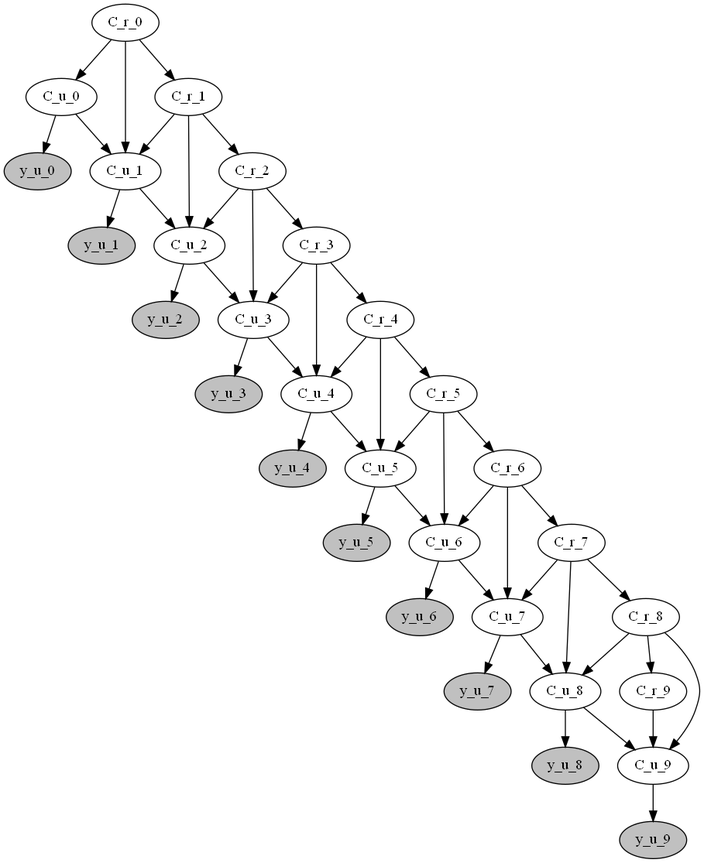
Above: fig/graph.png in Lagergren-Lab/victree (Graphviz), before the change. Its source is kept beside it as fig/graph.gv.
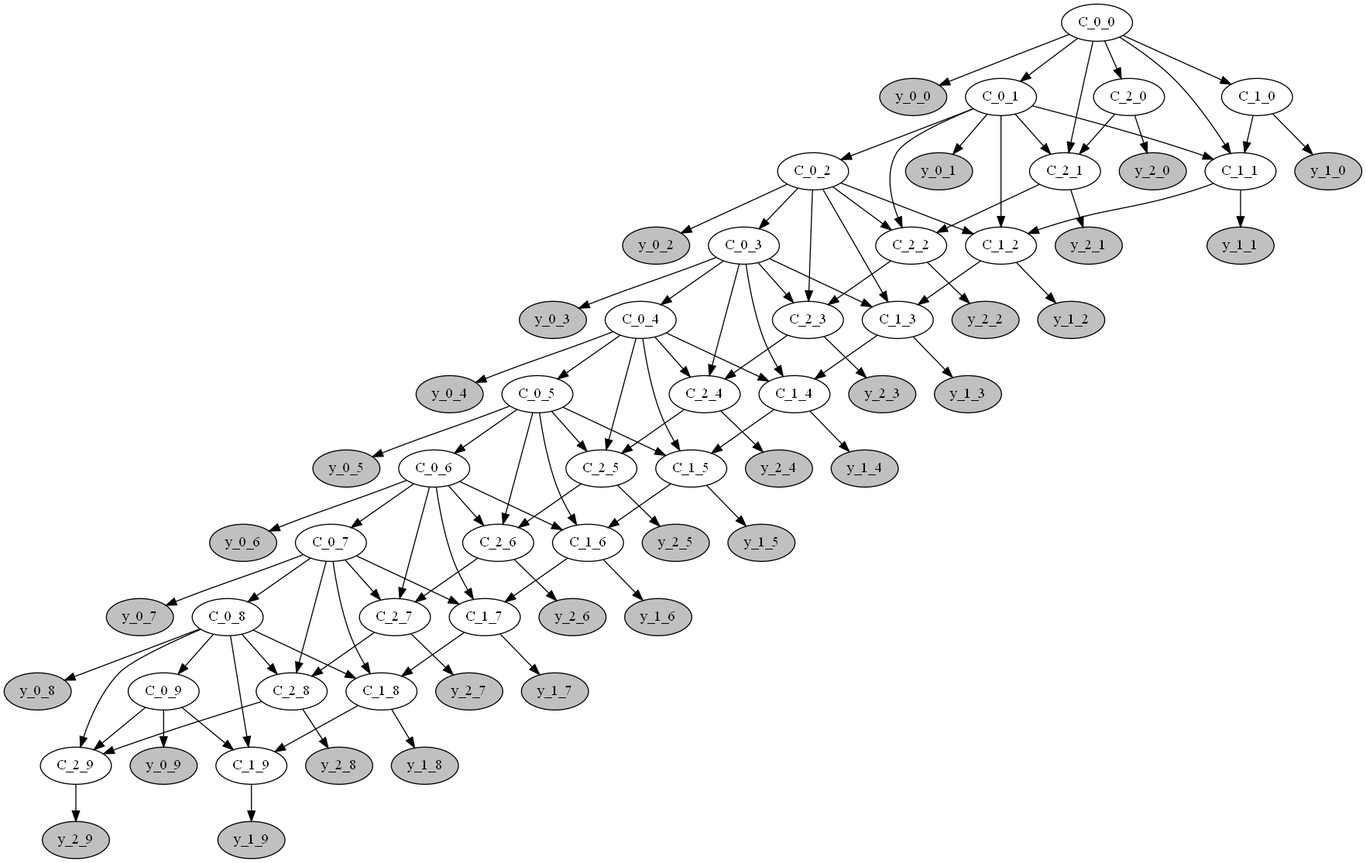
Above is the later version.

The edit, as a diff of the source:
```diff
@@ -1,79 +1,157 @@
 digraph {
-	C_r_0 [label=C_r_0 fillcolor=white shape=ellipse style=filled]
-	C_u_0 [label=C_u_0 fillcolor=white shape=ellipse style=filled]
-	y_u_0 [label=y_u_0 fillcolor=grey shape=ellipse style=filled]
-	C_r_1 [label=C_r_1 fillcolor=white shape=ellipse style=filled]
-	C_u_1 [label=C_u_1 fillcolor=white shape=ellipse style=filled]
-	y_u_1 [label=y_u_1 fillcolor=grey shape=ellipse style=filled]
-	C_r_2 [label=C_r_2 fillcolor=white shape=ellipse style=filled]
-	C_u_2 [label=C_u_2 fillcolor=white shape=ellipse style=filled]
-	y_u_2 [label=y_u_2 fillcolor=grey shape=ellipse style=filled]
-	C_r_3 [label=C_r_3 fillcolor=white shape=ellipse style=filled]
-	C_u_3 [label=C_u_3 fillcolor=white shape=ellipse style=filled]
-	y_u_3 [label=y_u_3 fillcolor=grey shape=ellipse style=filled]
-	C_r_4 [label=C_r_4 fillcolor=white shape=ellipse style=filled]
-	C_u_4 [label=C_u_4 fillcolor=white shape=ellipse style=filled]
-	y_u_4 [label=y_u_4 fillcolor=grey shape=ellipse style=filled]
-	C_r_5 [label=C_r_5 fillcolor=white shape=ellipse style=filled]
-	C_u_5 [label=C_u_5 fillcolor=white shape=ellipse style=filled]
-	y_u_5 [label=y_u_5 fillcolor=grey shape=ellipse style=filled]
-	C_r_6 [label=C_r_6 fillcolor=white shape=ellipse style=filled]
-	C_u_6 [label=C_u_6 fillcolor=white shape=ellipse style=filled]
-	y_u_6 [label=y_u_6 fillcolor=grey shape=ellipse style=filled]
-	C_r_7 [label=C_r_7 fillcolor=white shape=ellipse style=filled]
-	C_u_7 [label=C_u_7 fillcolor=white shape=ellipse style=filled]
-	y_u_7 [label=y_u_7 fillcolor=grey shape=ellipse style=filled]
-	C_r_8 [label=C_r_8 fillcolor=white shape=ellipse style=filled]
-	C_u_8 [label=C_u_8 fillcolor=white shape=ellipse style=filled]
-	y_u_8 [label=y_u_8 fillcolor=grey shape=ellipse style=filled]
-	C_r_9 [label=C_r_9 fillcolor=white shape=ellipse style=filled]
-	C_u_9 [label=C_u_9 fillcolor=white shape=ellipse style=filled]
-	y_u_9 [label=y_u_9 fillcolor=grey shape=ellipse style=filled]
-	C_r_0 -> C_u_0
-	C_u_0 -> y_u_0
-	C_r_0 -> C_r_1
-	C_u_0 -> C_u_1
-	C_r_0 -> C_u_1
-	C_r_1 -> C_u_1
-	C_u_1 -> y_u_1
-	C_r_1 -> C_r_2
-	C_r_2 -> C_u_2
-	C_u_1 -> C_u_2
-	C_r_1 -> C_u_2
-	C_u_2 -> y_u_2
-	C_r_2 -> C_r_3
-	C_u_2 -> C_u_3
-	C_r_3 -> C_u_3
-	C_r_2 -> C_u_3
-	C_u_3 -> y_u_3
-	C_r_3 -> C_r_4
-	C_r_4 -> C_u_4
-	C_u_3 -> C_u_4
-	C_r_3 -> C_u_4
-	C_u_4 -> y_u_4
-	C_r_4 -> C_r_5
-	C_r_4 -> C_u_5
-	C_u_4 -> C_u_5
-	C_r_5 -> C_u_5
-	C_u_5 -> y_u_5
-	C_r_5 -> C_r_6
-	C_r_6 -> C_u_6
-	C_u_5 -> C_u_6
-	C_r_5 -> C_u_6
-	C_u_6 -> y_u_6
-	C_r_6 -> C_r_7
-	C_r_6 -> C_u_7
-	C_r_7 -> C_u_7
-	C_u_6 -> C_u_7
-	C_u_7 -> y_u_7
-	C_r_7 -> C_r_8
-	C_u_7 -> C_u_8
-	C_r_7 -> C_u_8
-	C_r_8 -> C_u_8
-	C_u_8 -> y_u_8
-	C_r_8 -> C_r_9
-	C_u_8 -> C_u_9
-	C_r_8 -> C_u_9
-	C_r_9 -> C_u_9
-	C_u_9 -> y_u_9
+	C_0_0 [label=C_0_0 fillcolor=white shape=ellipse style=filled]
+	y_0_0 [label=y_0_0 fillcolor=grey shape=ellipse style=filled]
+	C_0_1 [label=C_0_1 fillcolor=white shape=ellipse style=filled]
+	y_0_1 [label=y_0_1 fillcolor=grey shape=ellipse style=filled]
+	C_0_2 [label=C_0_2 fillcolor=white shape=ellipse style=filled]
+	y_0_2 [label=y_0_2 fillcolor=grey shape=ellipse style=filled]
+	C_0_3 [label=C_0_3 fillcolor=white shape=ellipse style=filled]
+	y_0_3 [label=y_0_3 fillcolor=grey shape=ellipse style=filled]
+	C_0_4 [label=C_0_4 fillcolor=white shape=ellipse style=filled]
+	y_0_4 [label=y_0_4 fillcolor=grey shape=ellipse style=filled]
+	C_0_5 [label=C_0_5 fillcolor=white shape=ellipse style=filled]
+	y_0_5 [label=y_0_5 fillcolor=grey shape=ellipse style=filled]
+	C_0_6 [label=C_0_6 fillcolor=white shape=ellipse style=filled]
+	y_0_6 [label=y_0_6 fillcolor=grey shape=ellipse style=filled]
+	C_0_7 [label=C_0_7 fillcolor=white shape=ellipse style=filled]
+	y_0_7 [label=y_0_7 fillcolor=grey shape=ellipse style=filled]
+	C_0_8 [label=C_0_8 fillcolor=white shape=ellipse style=filled]
+	y_0_8 [label=y_0_8 fillcolor=grey shape=ellipse style=filled]
+	C_0_9 [label=C_0_9 fillcolor=white shape=ellipse style=filled]
+	y_0_9 [label=y_0_9 fillcolor=grey shape=ellipse style=filled]
+	C_1_0 [label=C_1_0 fillcolor=white shape=ellipse style=filled]
+	y_1_0 [label=y_1_0 fillcolor=grey shape=ellipse style=filled]
+	C_1_1 [label=C_1_1 fillcolor=white shape=ellipse style=filled]
+	y_1_1 [label=y_1_1 fillcolor=grey shape=ellipse style=filled]
+	C_1_2 [label=C_1_2 fillcolor=white shape=ellipse style=filled]
+	y_1_2 [label=y_1_2 fillcolor=grey shape=ellipse style=filled]
+	C_1_3 [label=C_1_3 fillcolor=white shape=ellipse style=filled]
+	y_1_3 [label=y_1_3 fillcolor=grey shape=ellipse style=filled]
+	C_1_4 [label=C_1_4 fillcolor=white shape=ellipse style=filled]
+	y_1_4 [label=y_1_4 fillcolor=grey shape=ellipse style=filled]
+	C_1_5 [label=C_1_5 fillcolor=white shape=ellipse style=filled]
+	y_1_5 [label=y_1_5 fillcolor=grey shape=ellipse style=filled]
+	C_1_6 [label=C_1_6 fillcolor=white shape=ellipse style=filled]
+	y_1_6 [label=y_1_6 fillcolor=grey shape=ellipse style=filled]
+	C_1_7 [label=C_1_7 fillcolor=white shape=ellipse style=filled]
+	y_1_7 [label=y_1_7 fillcolor=grey shape=ellipse style=filled]
+	C_1_8 [label=C_1_8 fillcolor=white shape=ellipse style=filled]
+	y_1_8 [label=y_1_8 fillcolor=grey shape=ellipse style=filled]
+	C_1_9 [label=C_1_9 fillcolor=white shape=ellipse style=filled]
+	y_1_9 [label=y_1_9 fillcolor=grey shape=ellipse style=filled]
+	C_2_0 [label=C_2_0 fillcolor=white shape=ellipse style=filled]
+	y_2_0 [label=y_2_0 fillcolor=grey shape=ellipse style=filled]
+	C_2_1 [label=C_2_1 fillcolor=white shape=ellipse style=filled]
+	y_2_1 [label=y_2_1 fillcolor=grey shape=ellipse style=filled]
+	C_2_2 [label=C_2_2 fillcolor=white shape=ellipse style=filled]
+	y_2_2 [label=y_2_2 fillcolor=grey shape=ellipse style=filled]
+	C_2_3 [label=C_2_3 fillcolor=white shape=ellipse style=filled]
+	y_2_3 [label=y_2_3 fillcolor=grey shape=ellipse style=filled]
+	C_2_4 [label=C_2_4 fillcolor=white shape=ellipse style=filled]
+	y_2_4 [label=y_2_4 fillcolor=grey shape=ellipse style=filled]
+	C_2_5 [label=C_2_5 fillcolor=white shape=ellipse style=filled]
+	y_2_5 [label=y_2_5 fillcolor=grey shape=ellipse style=filled]
+	C_2_6 [label=C_2_6 fillcolor=white shape=ellipse style=filled]
+	y_2_6 [label=y_2_6 fillcolor=grey shape=ellipse style=filled]
+	C_2_7 [label=C_2_7 fillcolor=white shape=ellipse style=filled]
+	y_2_7 [label=y_2_7 fillcolor=grey shape=ellipse style=filled]
+	C_2_8 [label=C_2_8 fillcolor=white shape=ellipse style=filled]
+	y_2_8 [label=y_2_8 fillcolor=grey shape=ellipse style=filled]
+	C_2_9 [label=C_2_9 fillcolor=white shape=ellipse style=filled]
+	y_2_9 [label=y_2_9 fillcolor=grey shape=ellipse style=filled]
+	C_0_0 -> y_0_0
+	C_0_0 -> C_0_1
+	C_0_1 -> y_0_1
+	C_0_1 -> C_0_2
+	C_0_2 -> y_0_2
+	C_0_2 -> C_0_3
+	C_0_3 -> y_0_3
+	C_0_3 -> C_0_4
+	C_0_4 -> y_0_4
+	C_0_4 -> C_0_5
+	C_0_5 -> y_0_5
+	C_0_5 -> C_0_6
+	C_0_6 -> y_0_6
+	C_0_6 -> C_0_7
+	C_0_7 -> y_0_7
+	C_0_7 -> C_0_8
+	C_0_8 -> y_0_8
+	C_0_8 -> C_0_9
+	C_0_9 -> y_0_9
+	C_0_0 -> C_1_0
+	C_1_0 -> y_1_0
+	C_0_1 -> C_1_1
+	C_1_0 -> C_1_1
+	C_0_0 -> C_1_1
+	C_1_1 -> y_1_1
+	C_0_1 -> C_1_2
+	C_0_2 -> C_1_2
+	C_1_1 -> C_1_2
+	C_1_2 -> y_1_2
+	C_0_2 -> C_1_3
+	C_0_3 -> C_1_3
+	C_1_2 -> C_1_3
+	C_1_3 -> y_1_3
+	C_0_3 -> C_1_4
+	C_1_3 -> C_1_4
+	C_0_4 -> C_1_4
+	C_1_4 -> y_1_4
+	C_0_5 -> C_1_5
+	C_1_4 -> C_1_5
+	C_0_4 -> C_1_5
+	C_1_5 -> y_1_5
+	C_0_5 -> C_1_6
+	C_1_5 -> C_1_6
+	C_0_6 -> C_1_6
+	C_1_6 -> y_1_6
+	C_0_7 -> C_1_7
+	C_1_6 -> C_1_7
+	C_0_6 -> C_1_7
+	C_1_7 -> y_1_7
+	C_0_8 -> C_1_8
+	C_1_7 -> C_1_8
+	C_0_7 -> C_1_8
+	C_1_8 -> y_1_8
+	C_0_9 -> C_1_9
+	C_1_8 -> C_1_9
+	C_0_8 -> C_1_9
+	C_1_9 -> y_1_9
+	C_0_0 -> C_2_0
+	C_2_0 -> y_2_0
+	C_2_0 -> C_2_1
+	C_0_1 -> C_2_1
+	C_0_0 -> C_2_1
+	C_2_1 -> y_2_1
+	C_0_1 -> C_2_2
+	C_2_1 -> C_2_2
+	C_0_2 -> C_2_2
+	C_2_2 -> y_2_2
+	C_0_2 -> C_2_3
+	C_0_3 -> C_2_3
+	C_2_2 -> C_2_3
+	C_2_3 -> y_2_3
+	C_0_3 -> C_2_4
+	C_2_3 -> C_2_4
+	C_0_4 -> C_2_4
+	C_2_4 -> y_2_4
+	C_0_5 -> C_2_5
+	C_0_4 -> C_2_5
+	C_2_4 -> C_2_5
+	C_2_5 -> y_2_5
+	C_0_5 -> C_2_6
+	C_2_5 -> C_2_6
+	C_0_6 -> C_2_6
+	C_2_6 -> y_2_6
+	C_0_7 -> C_2_7
+	C_2_6 -> C_2_7
+	C_0_6 -> C_2_7
+	C_2_7 -> y_2_7
+	C_2_7 -> C_2_8
+	C_0_8 -> C_2_8
+	C_0_7 -> C_2_8
+	C_2_8 -> y_2_8
+	C_0_9 -> C_2_9
+	C_0_8 -> C_2_9
+	C_2_8 -> C_2_9
+	C_2_9 -> y_2_9
 }
```
